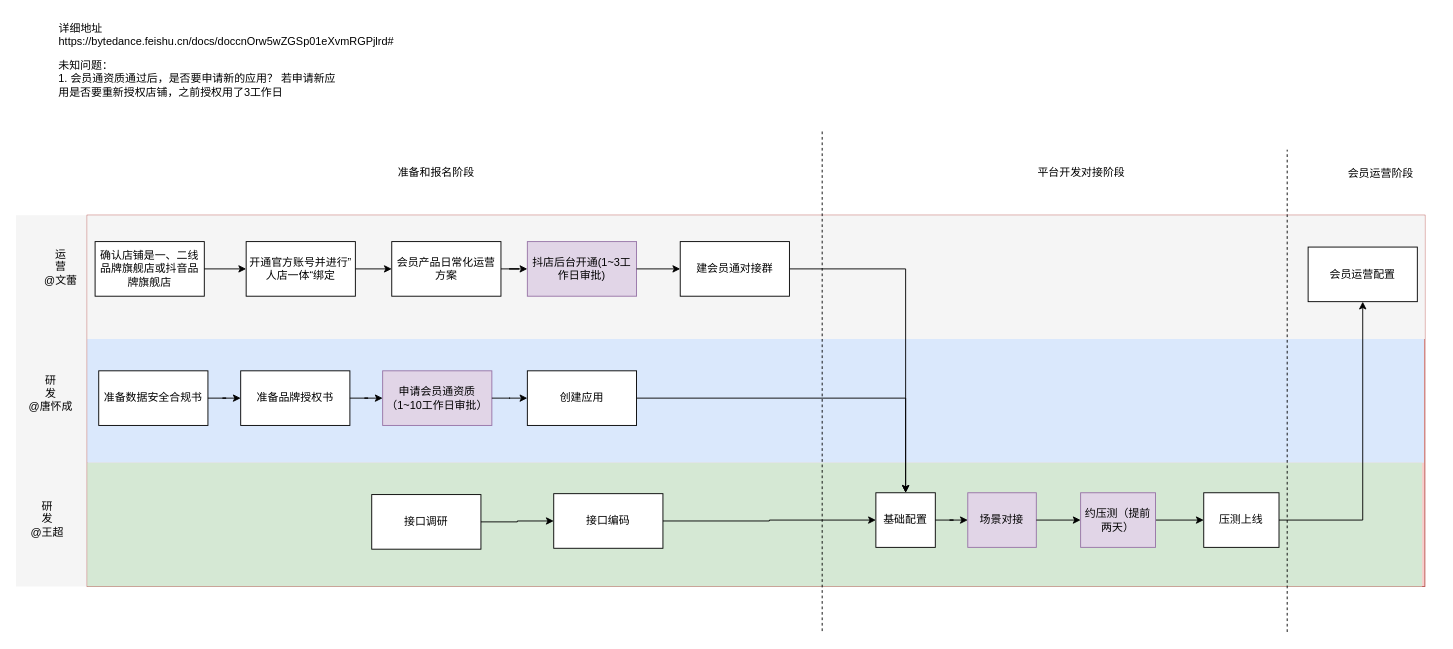
Earlier version of the draw.io diagram page "抖店会员通流程" (4 of 4) of 思考图.drawio (joeytang/imgs). Source tidied: cells renumbered, new cells numbered last; positions are measured from the earlier drawing's top-left corner, leaving out a move shared by most shapes. Both pictures are drawn from the tidied source at 91%, with x=0, y=0 at pixel (15, 15).
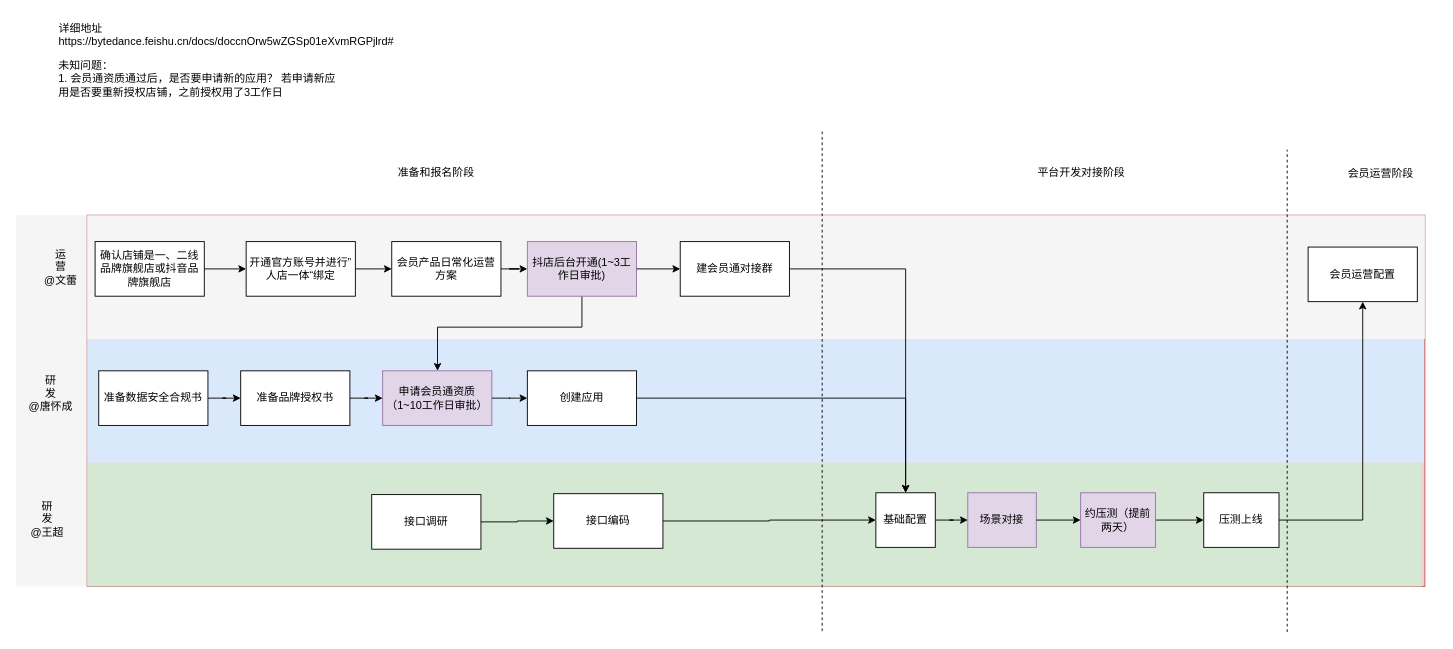
The same page after the edit.

Commit message:
更新思考图.drawio

The change refers to these unchanged cells:
```xml
<mxCell id="3" style="group;fillColor=#f8cecc;strokeColor=#b85450;" parent="2" vertex="1">
  <mxGeometry x="78.3" width="1470" height="408" as="geometry" />
</mxCell>
<mxCell id="13" value="抖店后台开通(1~3工作日审批)" style="whiteSpace=wrap;html=1;rounded=0;fillColor=#e1d5e7;strokeColor=#9673a6;" parent="3" vertex="1">
  <mxGeometry x="483.7" y="29" width="120" height="60" as="geometry" />
</mxCell>
<mxCell id="19" value="申请会员通资质（1~10工作日审批）" style="whiteSpace=wrap;html=1;rounded=0;fillColor=#e1d5e7;strokeColor=#9673a6;" parent="3" vertex="1">
  <mxGeometry x="324.7" y="171" width="120" height="60" as="geometry" />
</mxCell>
```

Change to the diagram source:
```diff
@@
+    <mxCell id="48" style="edgeStyle=orthogonalEdgeStyle;rounded=0;jettySize=auto;html=1;" parent="3" edge="1" source="13" target="19">
+      <mxGeometry relative="1" as="geometry">
+        <Array as="points">
+          <mxPoint x="544" y="123" />
+          <mxPoint x="385" y="123" />
+        </Array>
+      </mxGeometry>
+    </mxCell>
```
